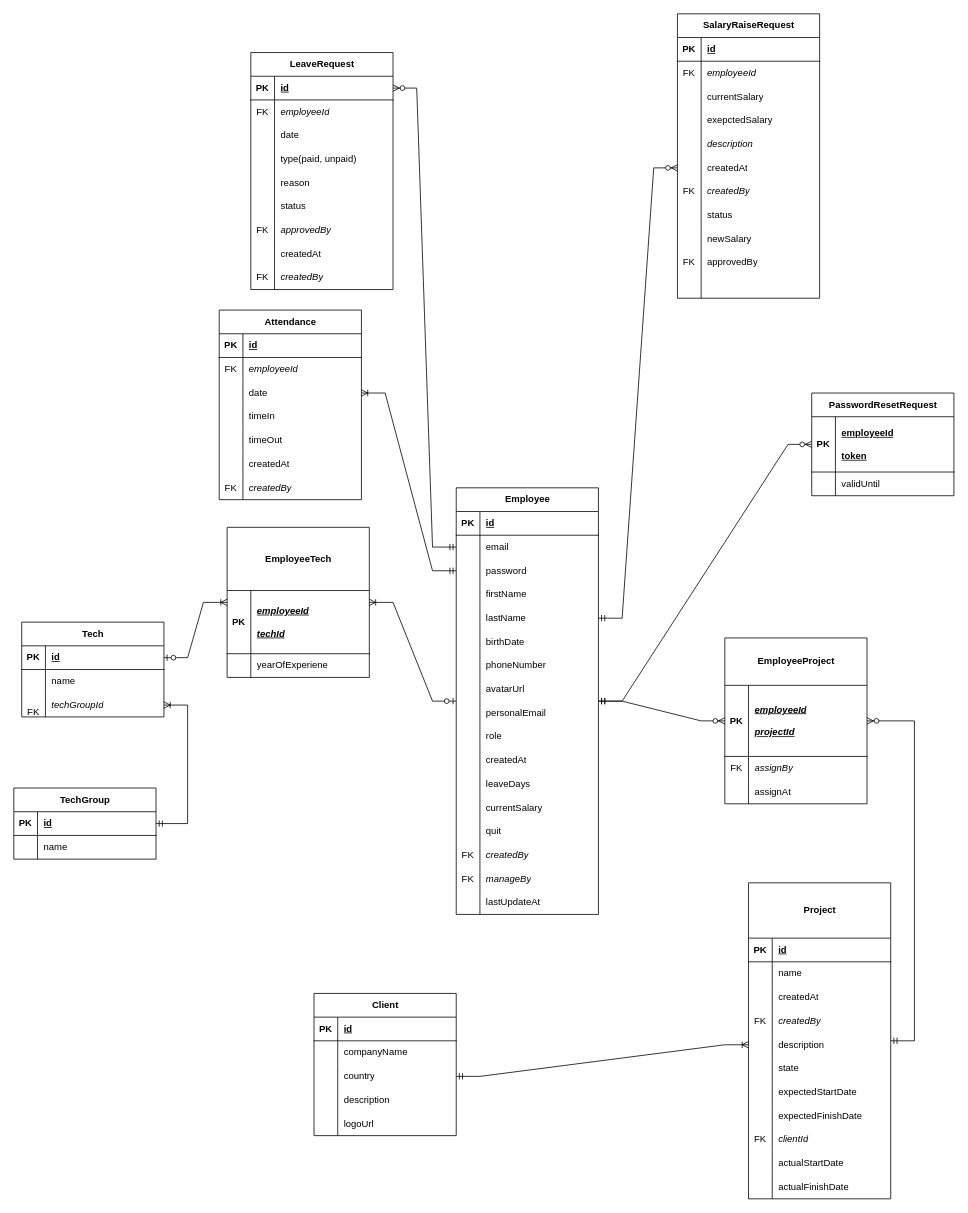
This is EntityRelationshipDiagram.drawio from LeQuiLong7/VMO_HumanManagementProject, a draw.io file, before an edit. Source tidied: cells renumbered, new cells numbered last; positions are measured from the earlier drawing's top-left corner, leaving out a move shared by most shapes. Both pictures are drawn from the tidied source at 79%, with x=0, y=0 at pixel (-216, 13).
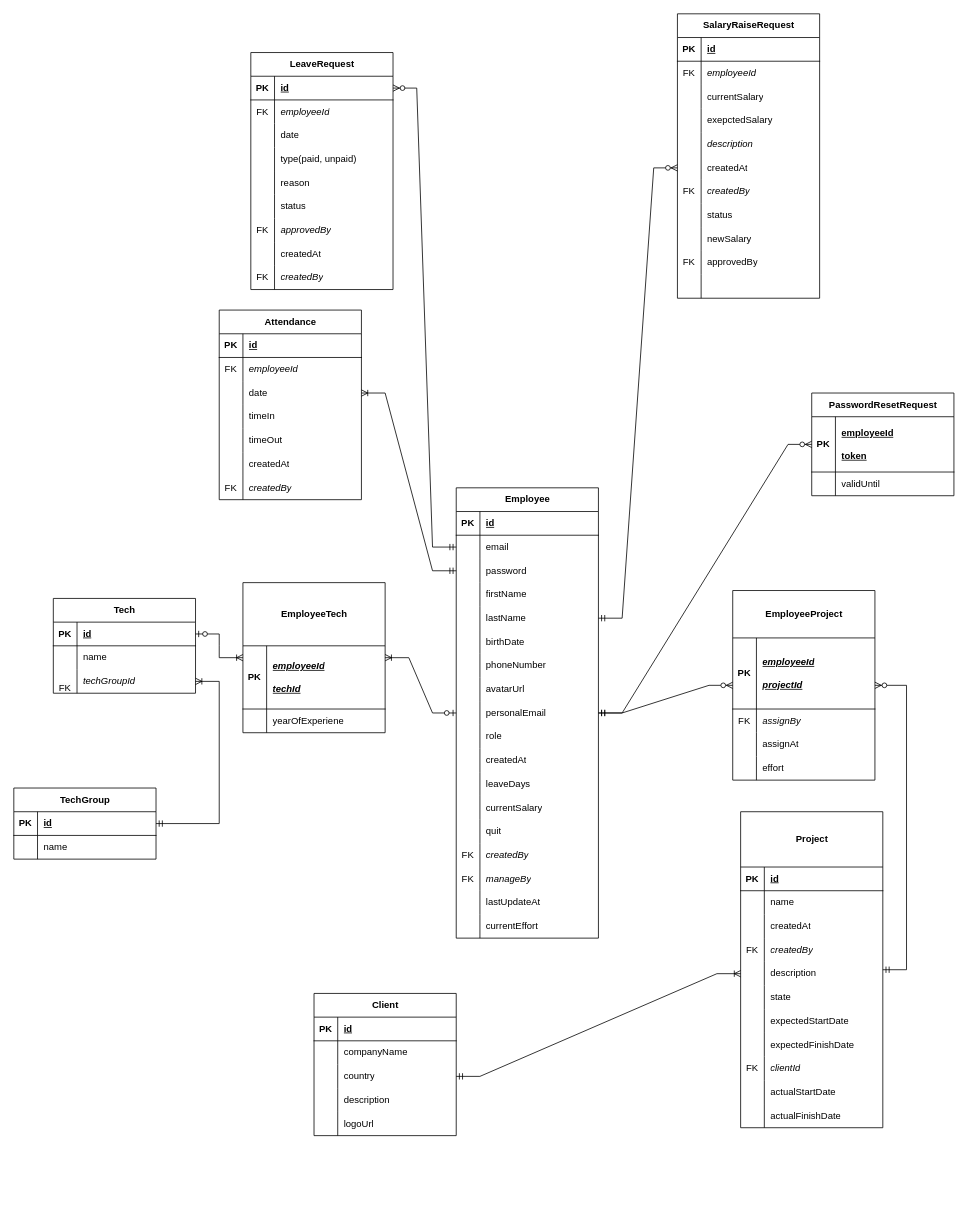
The same page after the edit.

Change to the diagram source:
```diff
@@
     <mxCell id="2" value="Tech" style="shape=table;startSize=30;childLayout=tableLayout;rowLines=0;fontStyle=1;align=center;html=1;" parent="1" vertex="1">
-      <mxGeometry x="300" y="770" width="180" height="120" as="geometry" />
+      <mxGeometry x="340" y="740" width="180" height="120" as="geometry" />
     </mxCell>
@@
     <mxCell id="19" value="Project" style="shape=table;startSize=70;childLayout=tableLayout;rowLines=0;fontStyle=1;align=center;html=1;" parent="1" vertex="1">
-      <mxGeometry x="1220" y="1100" width="180" height="400" as="geometry" />
+      <mxGeometry x="1210" y="1010" width="180" height="400" as="geometry" />
     </mxCell>
@@
     <mxCell id="69" value="EmployeeTech" style="shape=table;startSize=80;childLayout=tableLayout;rowLines=0;fontStyle=1;align=center;html=1;" parent="1" vertex="1">
-      <mxGeometry x="560" y="650" width="180" height="190" as="geometry" />
+      <mxGeometry x="580" y="720" width="180" height="190" as="geometry" />
     </mxCell>
@@
     <mxCell id="76" value="Employee" style="shape=table;startSize=30;childLayout=tableLayout;rowLines=0;fontStyle=1;align=center;html=1;" parent="1" vertex="1">
-      <mxGeometry x="850" y="600" width="180" height="540" as="geometry" />
+      <mxGeometry x="850" y="600" width="180" height="570" as="geometry" />
     </mxCell>
@@
+    <mxCell id="239" style="shape=tableRow;horizontal=0;startSize=0;swimlaneHead=0;swimlaneBody=0;fillColor=none;top=0;left=0;right=0;bottom=0;" parent="76" vertex="1">
+      <mxGeometry y="540" width="180" height="30" as="geometry" />
+    </mxCell>
+    <mxCell id="240" style="shape=partialRectangle;fillColor=none;top=0;left=0;bottom=0;right=0;overflow=hidden;whiteSpace=wrap;html=1;" parent="239" vertex="1">
+      <mxGeometry width="30" height="30" as="geometry" />
+    </mxCell>
+    <mxCell id="241" value="currentEffort" style="shape=partialRectangle;fillColor=none;top=0;left=0;bottom=0;right=0;align=left;spacingLeft=6;overflow=hidden;whiteSpace=wrap;html=1;" parent="239" vertex="1">
+      <mxGeometry x="30" width="150" height="30" as="geometry" />
+    </mxCell>
@@
     <mxCell id="188" value="EmployeeProject" style="shape=table;startSize=60;childLayout=tableLayout;rowLines=0;fontStyle=1;align=center;html=1;" parent="1" vertex="1">
-      <mxGeometry x="1190" y="790" width="180" height="210" as="geometry" />
+      <mxGeometry x="1200" y="730" width="180" height="240" as="geometry" />
     </mxCell>
@@
+    <mxCell id="242" style="shape=tableRow;horizontal=0;startSize=0;swimlaneHead=0;swimlaneBody=0;fillColor=none;top=0;left=0;right=0;bottom=0;" parent="188" vertex="1">
+      <mxGeometry y="210" width="180" height="30" as="geometry" />
+    </mxCell>
+    <mxCell id="243" style="shape=partialRectangle;fillColor=none;top=0;left=0;bottom=0;right=0;overflow=hidden;whiteSpace=wrap;html=1;" parent="242" vertex="1">
+      <mxGeometry width="30" height="30" as="geometry" />
+    </mxCell>
+    <mxCell id="244" value="effort" style="shape=partialRectangle;fillColor=none;top=0;left=0;bottom=0;right=0;align=left;spacingLeft=6;overflow=hidden;whiteSpace=wrap;html=1;" parent="242" vertex="1">
+      <mxGeometry x="30" width="150" height="30" as="geometry" />
+    </mxCell>
```
